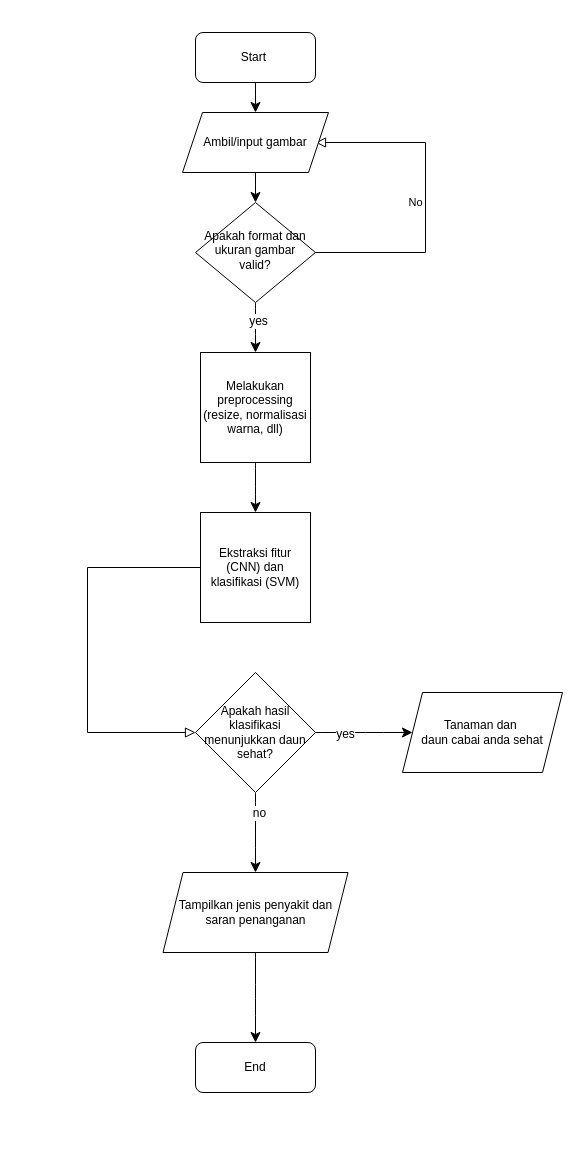
Above: document/flowchart.drawio in redhosy/AppDaunCabaiku (draw.io), before the change. Source tidied: cells renumbered, new cells numbered last; positions are measured from the earlier drawing's top-left corner, leaving out a move shared by most shapes. Both pictures are drawn from the tidied source at 100%, with x=0, y=0 at pixel (87, 32).
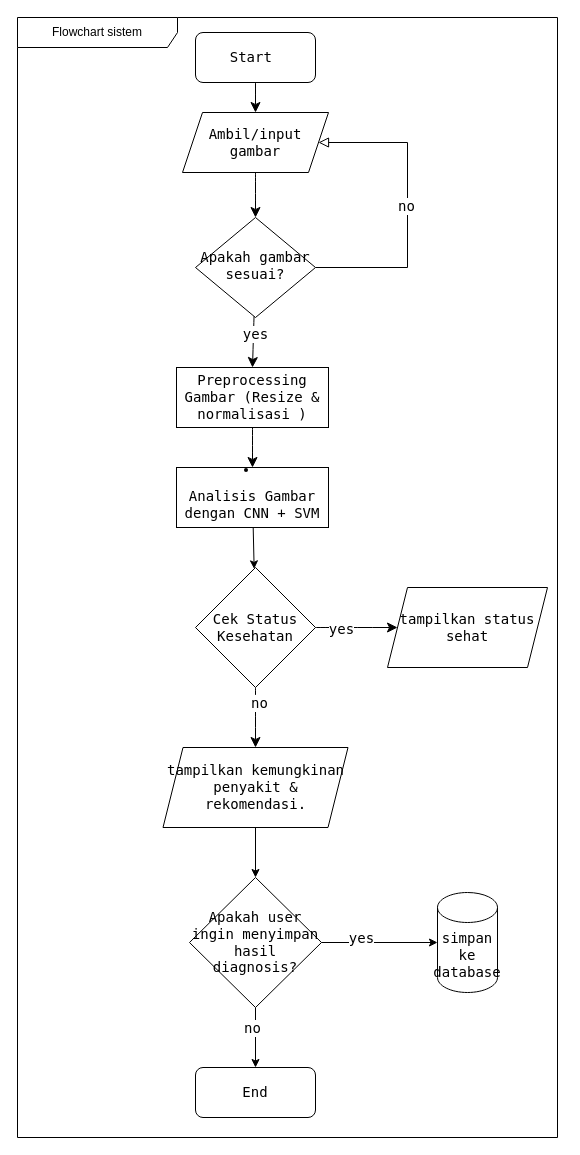
The same diagram, later.

The change refers to these unchanged cells:
```xml
<mxCell id="13" style="edgeStyle=none;curved=1;rounded=0;jettySize=auto;html=1;fontSize=12;startSize=8;endSize=8;exitX=0.5;exitY=1;exitDx=0;exitDy=0;" parent="1" edge="1" source="15" target="20">
  <mxGeometry relative="1" as="geometry" />
</mxCell>
<mxCell id="17" style="edgeStyle=none;curved=1;rounded=0;jettySize=auto;html=1;fontSize=12;startSize=8;endSize=8;entryX=0;entryY=0.5;entryDx=0;entryDy=0;exitX=1;exitY=0.5;exitDx=0;exitDy=0;" parent="1" edge="1" source="15" target="16">
  <mxGeometry relative="1" as="geometry" />
</mxCell>
```

Diff of the diagram source:
```diff
@@
-<mxGraphModel>
+<mxGraphModel background="#ffffff">
@@
-    <mxCell id="3" value="Start&amp;nbsp;" style="rounded=1;whiteSpace=wrap;html=1;fontSize=12;glass=0;strokeWidth=1;shadow=0;" parent="1" vertex="1">
+    <mxCell id="3" value="&lt;font face=&quot;Lucida Console&quot; style=&quot;font-size: 14px;&quot;&gt;Start&amp;nbsp;&lt;/font&gt;" style="rounded=1;whiteSpace=wrap;html=1;fontSize=12;glass=0;strokeWidth=1;shadow=0;" parent="1" vertex="1">
       <mxGeometry x="108" width="120" height="50" as="geometry" />
     </mxCell>
-    <mxCell id="4" value="No" style="edgeStyle=orthogonalEdgeStyle;rounded=0;html=1;jettySize=auto;orthogonalLoop=1;fontSize=11;endArrow=block;endFill=0;endSize=8;strokeWidth=1;shadow=0;labelBackgroundColor=none;entryX=1;entryY=0.5;entryDx=0;entryDy=0;" parent="1" edge="1">
+    <mxCell id="4" style="edgeStyle=orthogonalEdgeStyle;rounded=0;html=1;jettySize=auto;fontSize=11;endArrow=block;endFill=0;endSize=8;strokeWidth=1;shadow=0;labelBackgroundColor=none;entryX=1;entryY=0.5;entryDx=0;entryDy=0;exitX=1;exitY=0.5;exitDx=0;exitDy=0;" parent="1" edge="1" source="7" target="9">
       <mxGeometry y="10" relative="1" as="geometry">
-        <mxPoint x="218" y="220" as="sourcePoint" />
-        <mxPoint x="228" y="110" as="targetPoint" />
         <Array as="points">
-          <mxPoint x="338" y="220" />
-          <mxPoint x="338" y="110" />
+          <mxPoint x="320" y="235" />
+          <mxPoint x="320" y="110" />
         </Array>
       </mxGeometry>
     </mxCell>
+    <mxCell id="23" value="&lt;font face=&quot;Lucida Console&quot; style=&quot;font-size: 14px;&quot;&gt;no&lt;/font&gt;" style="edgeLabel;html=1;align=center;verticalAlign=middle;" parent="4" vertex="1">
+      <mxGeometry x="0.01" y="2" relative="1" as="geometry">
+        <mxPoint y="1" as="offset" />
+      </mxGeometry>
+    </mxCell>
-    <mxCell id="5" style="edgeStyle=none;curved=1;rounded=0;jettySize=auto;html=1;entryX=0.5;entryY=0;entryDx=0;entryDy=0;fontSize=12;startSize=8;endSize=8;" parent="1" edge="1" source="7" target="11">
+    <mxCell id="5" style="edgeStyle=none;curved=1;rounded=0;jettySize=auto;html=1;entryX=0.5;entryY=0;entryDx=0;entryDy=0;fontSize=12;startSize=8;endSize=8;" parent="1" edge="1" source="7" target="25">
       <mxGeometry relative="1" as="geometry" />
     </mxCell>
-    <mxCell id="6" value="yes" style="edgeLabel;html=1;align=center;verticalAlign=middle;fontSize=12;" parent="5" vertex="1">
+    <mxCell id="6" value="&lt;font face=&quot;Lucida Console&quot; style=&quot;font-size: 14px;&quot;&gt;yes&lt;/font&gt;" style="edgeLabel;html=1;align=center;verticalAlign=middle;fontSize=12;" parent="5" vertex="1">
       <mxGeometry x="-0.3" y="2" relative="1" as="geometry" />
     </mxCell>
-    <mxCell id="7" value="Apakah format dan ukuran gambar valid?" style="rhombus;whiteSpace=wrap;html=1;shadow=0;fontFamily=Helvetica;fontSize=12;align=center;strokeWidth=1;spacing=6;spacingTop=-4;" parent="1" vertex="1">
-      <mxGeometry x="108" y="170" width="120" height="100" as="geometry" />
+    <mxCell id="7" value="&lt;font face=&quot;Lucida Console&quot; style=&quot;font-size: 14px;&quot;&gt;Apakah gambar sesuai?&lt;/font&gt;" style="rhombus;whiteSpace=wrap;html=1;shadow=0;fontFamily=Helvetica;fontSize=12;align=center;strokeWidth=1;spacing=6;spacingTop=-4;" parent="1" vertex="1">
+      <mxGeometry x="108" y="185" width="120" height="100" as="geometry" />
     </mxCell>
@@
-    <mxCell id="9" value="Ambil/input gambar" style="shape=parallelogram;perimeter=parallelogramPerimeter;whiteSpace=wrap;html=1;fixedSize=1;" parent="1" vertex="1">
+    <mxCell id="9" value="&lt;font face=&quot;Lucida Console&quot; style=&quot;font-size: 14px;&quot;&gt;Ambil/input gambar&lt;/font&gt;" style="shape=parallelogram;perimeter=parallelogramPerimeter;whiteSpace=wrap;html=1;fixedSize=1;" parent="1" vertex="1">
       <mxGeometry x="95" y="80" width="146" height="60" as="geometry" />
     </mxCell>
-    <mxCell id="10" style="edgeStyle=none;curved=1;rounded=0;jettySize=auto;html=1;fontSize=12;startSize=8;endSize=8;" parent="1" edge="1" source="11" target="12">
+    <mxCell id="10" style="edgeStyle=none;curved=1;rounded=0;jettySize=auto;html=1;fontSize=12;startSize=8;endSize=8;exitX=0.5;exitY=1;exitDx=0;exitDy=0;entryX=0.5;entryY=0;entryDx=0;entryDy=0;" parent="1" edge="1" source="25" target="27">
       <mxGeometry relative="1" as="geometry" />
     </mxCell>
-    <mxCell id="11" value="Melakukan preprocessing (resize, normalisasi warna, dll)" style="whiteSpace=wrap;html=1;" parent="1" vertex="1">
-      <mxGeometry x="113" y="320" width="110" height="110" as="geometry" />
-    </mxCell>
-    <mxCell id="12" value="Ekstraksi fitur (CNN) dan klasifikasi (SVM) " style="whiteSpace=wrap;html=1;" parent="1" vertex="1">
-      <mxGeometry x="113" y="480" width="110" height="110" as="geometry" />
-    </mxCell>
@@
-    <mxCell id="14" value="no" style="edgeLabel;html=1;align=center;verticalAlign=middle;fontSize=12;" parent="13" vertex="1">
+    <mxCell id="14" value="&lt;font style=&quot;font-size: 14px;&quot; face=&quot;Lucida Console&quot;&gt;no&lt;/font&gt;" style="edgeLabel;html=1;align=center;verticalAlign=middle;fontSize=12;" parent="13" vertex="1">
       <mxGeometry x="-0.51" y="3" relative="1" as="geometry" />
     </mxCell>
-    <mxCell id="15" value="Apakah hasil klasifikasi menunjukkan daun sehat?" style="rhombus;whiteSpace=wrap;html=1;" parent="1" vertex="1">
-      <mxGeometry x="108" y="640" width="120" height="120" as="geometry" />
+    <mxCell id="15" value="&lt;font face=&quot;Lucida Console&quot; style=&quot;font-size: 14px;&quot;&gt;Cek Status Kesehatan&lt;/font&gt;" style="rhombus;whiteSpace=wrap;html=1;" parent="1" vertex="1">
+      <mxGeometry x="108" y="535" width="120" height="120" as="geometry" />
     </mxCell>
-    <mxCell id="16" value="Tanaman dan&amp;nbsp;&lt;div&gt;daun cabai anda sehat&lt;/div&gt;" style="shape=parallelogram;perimeter=parallelogramPerimeter;whiteSpace=wrap;html=1;fixedSize=1;" parent="1" vertex="1">
-      <mxGeometry x="315" y="660" width="160" height="80" as="geometry" />
+    <mxCell id="16" value="&lt;font face=&quot;Lucida Console&quot; style=&quot;font-size: 14px;&quot;&gt;tampilkan status sehat&lt;/font&gt;" style="shape=parallelogram;perimeter=parallelogramPerimeter;whiteSpace=wrap;html=1;fixedSize=1;" parent="1" vertex="1">
+      <mxGeometry x="300" y="555" width="160" height="80" as="geometry" />
     </mxCell>
@@
-    <mxCell id="18" value="yes" style="edgeLabel;html=1;align=center;verticalAlign=middle;fontSize=12;" parent="17" vertex="1">
+    <mxCell id="18" value="&lt;font face=&quot;Lucida Console&quot; style=&quot;font-size: 14px;&quot;&gt;yes&lt;/font&gt;" style="edgeLabel;html=1;align=center;verticalAlign=middle;fontSize=12;" parent="17" vertex="1">
       <mxGeometry x="-0.4" y="-1" relative="1" as="geometry" />
     </mxCell>
-    <mxCell id="19" style="edgeStyle=none;curved=1;rounded=0;jettySize=auto;html=1;entryX=0.5;entryY=0;entryDx=0;entryDy=0;fontSize=12;startSize=8;endSize=8;" parent="1" edge="1" source="20" target="21">
-      <mxGeometry relative="1" as="geometry" />
-    </mxCell>
+    <mxCell id="24" style="edgeStyle=none;html=1;entryX=0.5;entryY=0;entryDx=0;entryDy=0;" parent="1" edge="1" source="20" target="30">
+      <mxGeometry relative="1" as="geometry" />
+    </mxCell>
-    <mxCell id="20" value="Tampilkan jenis penyakit dan saran penanganan" style="shape=parallelogram;perimeter=parallelogramPerimeter;whiteSpace=wrap;html=1;fixedSize=1;" parent="1" vertex="1">
-      <mxGeometry x="75.5" y="840" width="185" height="80" as="geometry" />
+    <mxCell id="20" value="&lt;font face=&quot;Lucida Console&quot; style=&quot;font-size: 14px;&quot;&gt;tampilkan kemungkinan penyakit &amp;amp; rekomendasi.&lt;/font&gt;" style="shape=parallelogram;perimeter=parallelogramPerimeter;whiteSpace=wrap;html=1;fixedSize=1;" parent="1" vertex="1">
+      <mxGeometry x="75.5" y="715" width="185" height="80" as="geometry" />
     </mxCell>
-    <mxCell id="21" value="End" style="rounded=1;whiteSpace=wrap;html=1;fontSize=12;glass=0;strokeWidth=1;shadow=0;" parent="1" vertex="1">
-      <mxGeometry x="108" y="1010" width="120" height="50" as="geometry" />
+    <mxCell id="21" value="&lt;font face=&quot;Lucida Console&quot; style=&quot;font-size: 14px;&quot;&gt;End&lt;/font&gt;" style="rounded=1;whiteSpace=wrap;html=1;fontSize=12;glass=0;strokeWidth=1;shadow=0;" parent="1" vertex="1">
+      <mxGeometry x="108" y="1035" width="120" height="50" as="geometry" />
     </mxCell>
-    <mxCell id="22" style="edgeStyle=orthogonalEdgeStyle;rounded=0;html=1;jettySize=auto;fontSize=11;endArrow=block;endFill=0;endSize=8;strokeWidth=1;shadow=0;labelBackgroundColor=none;exitX=0;exitY=0.5;exitDx=0;exitDy=0;" parent="1" edge="1" source="12" target="15">
-      <mxGeometry y="10" relative="1" as="geometry">
-        <Array as="points">
-          <mxPoint y="535" />
-          <mxPoint y="700" />
-        </Array>
-      </mxGeometry>
-    </mxCell>
+    <mxCell id="25" value="&lt;font face=&quot;Lucida Console&quot; style=&quot;font-size: 14px;&quot;&gt;Preprocessing Gambar (Resize &amp;amp; normalisasi )&lt;/font&gt;" style="rounded=0;whiteSpace=wrap;html=1;" parent="1" vertex="1">
+      <mxGeometry x="89" y="335" width="152" height="60" as="geometry" />
+    </mxCell>
+    <mxCell id="26" style="edgeStyle=none;html=1;" parent="1" edge="1" source="27" target="15">
+      <mxGeometry relative="1" as="geometry" />
+    </mxCell>
+    <mxCell id="27" value="&lt;li class=&quot;&quot;&gt;&lt;p class=&quot;&quot;&gt;&lt;span&gt;&lt;font face=&quot;Lucida Console&quot; style=&quot;font-size: 14px;&quot;&gt;Analisis Gambar dengan CNN + SVM&lt;/font&gt;&lt;/span&gt;&lt;/p&gt;&lt;/li&gt;" style="rounded=0;whiteSpace=wrap;html=1;" parent="1" vertex="1">
+      <mxGeometry x="89" y="435" width="152" height="60" as="geometry" />
+    </mxCell>
+    <mxCell id="28" style="edgeStyle=none;html=1;entryX=0.5;entryY=0;entryDx=0;entryDy=0;" parent="1" edge="1" source="30" target="21">
+      <mxGeometry relative="1" as="geometry" />
+    </mxCell>
+    <mxCell id="29" value="&lt;font face=&quot;Lucida Console&quot; style=&quot;font-size: 14px;&quot;&gt;no&lt;/font&gt;" style="edgeLabel;html=1;align=center;verticalAlign=middle;" parent="28" vertex="1">
+      <mxGeometry x="-0.34" y="-4" relative="1" as="geometry" />
+    </mxCell>
+    <mxCell id="30" value="&lt;font face=&quot;Lucida Console&quot; style=&quot;font-size: 14px;&quot;&gt;Apakah user ingin menyimpan hasil diagnosis?&lt;/font&gt;" style="rhombus;whiteSpace=wrap;html=1;" parent="1" vertex="1">
+      <mxGeometry x="102" y="845" width="132" height="130" as="geometry" />
+    </mxCell>
+    <mxCell id="31" value="&lt;font face=&quot;Lucida Console&quot; style=&quot;font-size: 14px;&quot;&gt;simpan ke database&lt;/font&gt;" style="shape=cylinder3;whiteSpace=wrap;html=1;boundedLbl=1;backgroundOutline=1;size=15;" parent="1" vertex="1">
+      <mxGeometry x="350" y="860" width="60" height="100" as="geometry" />
+    </mxCell>
+    <mxCell id="32" style="edgeStyle=none;html=1;entryX=0;entryY=0.5;entryDx=0;entryDy=0;entryPerimeter=0;" parent="1" edge="1" source="30" target="31">
+      <mxGeometry relative="1" as="geometry" />
+    </mxCell>
+    <mxCell id="33" value="&lt;font face=&quot;Lucida Console&quot; style=&quot;font-size: 14px;&quot;&gt;yes&lt;/font&gt;" style="edgeLabel;html=1;align=center;verticalAlign=middle;" parent="32" vertex="1">
+      <mxGeometry x="-0.33" y="5" relative="1" as="geometry" />
+    </mxCell>
+    <mxCell id="34" value="Flowchart sistem" style="shape=umlFrame;whiteSpace=wrap;html=1;width=160;" parent="1" vertex="1">
+      <mxGeometry x="-70" y="-15" width="540" height="1120" as="geometry" />
+    </mxCell>
```
